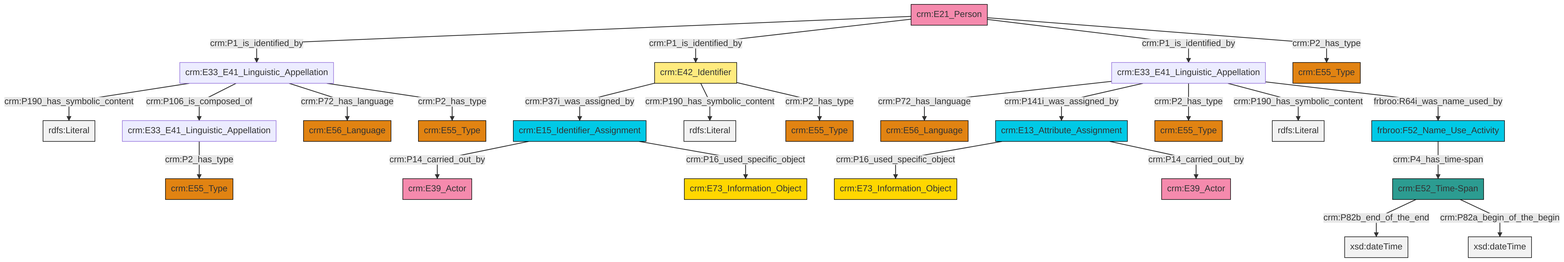
This is et/personCSV/ttl/mmd/png/Person_Names_and_Classification.png from swiss-art-research-net/reference-data-models, a Mermaid export, as it was before one commit. Its source is kept beside it as et/personCSV/ttl/mmd/Person_Names_and_Classification.ttl.mmd.
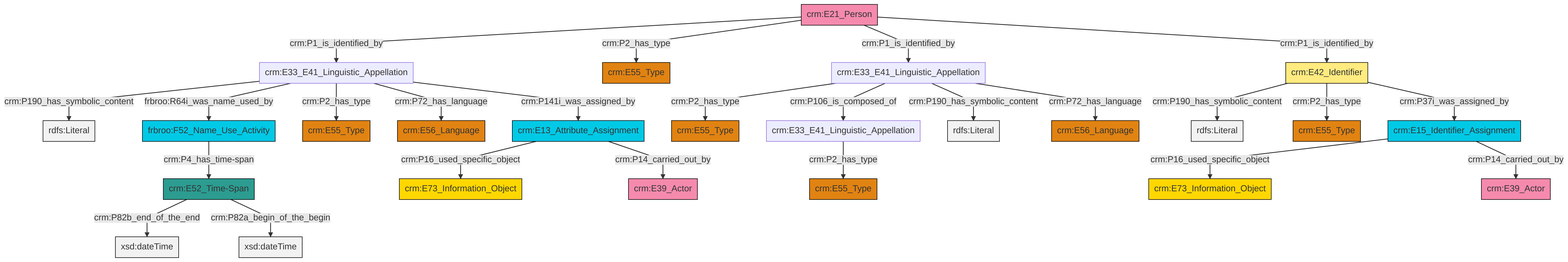
After the commit.

Change to the diagram source:
```diff
@@ -13,27 +13,27 @@
 classDef PC_Classes fill:#4ce600, stroke:#000000;
 classDef Multi fill:#cccccc,stroke:#000000;
 
-0["crm:E13_Attribute_Assignment"]:::Temporal_Entity -->|crm:P16_used_specific_object| 1["crm:E73_Information_Object"]:::Conceptual_Object
-2["crm:E42_Identifier"]:::Appellation -->|crm:P37i_was_assigned_by| 3["crm:E15_Identifier_Assignment"]:::Temporal_Entity
-6["crm:E33_E41_Linguistic_Appellation"]:::Default -->|crm:P72_has_language| 7["crm:E56_Language"]:::Type
-17["frbroo:F52_Name_Use_Activity"]:::Temporal_Entity -->|crm:P4_has_time-span| 15["crm:E52_Time-Span"]:::Time-Span
-15["crm:E52_Time-Span"]:::Time-Span -->|crm:P82b_end_of_the_end| 18[xsd:dateTime]:::Literal
-13["crm:E33_E41_Linguistic_Appellation"]:::Default -->|crm:P190_has_symbolic_content| 19[rdfs:Literal]:::Literal
-13["crm:E33_E41_Linguistic_Appellation"]:::Default -->|crm:P106_is_composed_of| 26["crm:E33_E41_Linguistic_Appellation"]:::Default
-2["crm:E42_Identifier"]:::Appellation -->|crm:P190_has_symbolic_content| 29[rdfs:Literal]:::Literal
-6["crm:E33_E41_Linguistic_Appellation"]:::Default -->|crm:P141i_was_assigned_by| 0["crm:E13_Attribute_Assignment"]:::Temporal_Entity
-6["crm:E33_E41_Linguistic_Appellation"]:::Default -->|crm:P2_has_type| 8["crm:E55_Type"]:::Type
-10["crm:E21_Person"]:::Actor -->|crm:P1_is_identified_by| 13["crm:E33_E41_Linguistic_Appellation"]:::Default
-3["crm:E15_Identifier_Assignment"]:::Temporal_Entity -->|crm:P14_carried_out_by| 35["crm:E39_Actor"]:::Actor
-6["crm:E33_E41_Linguistic_Appellation"]:::Default -->|crm:P190_has_symbolic_content| 38[rdfs:Literal]:::Literal
-13["crm:E33_E41_Linguistic_Appellation"]:::Default -->|crm:P72_has_language| 24["crm:E56_Language"]:::Type
-0["crm:E13_Attribute_Assignment"]:::Temporal_Entity -->|crm:P14_carried_out_by| 27["crm:E39_Actor"]:::Actor
-10["crm:E21_Person"]:::Actor -->|crm:P1_is_identified_by| 2["crm:E42_Identifier"]:::Appellation
-2["crm:E42_Identifier"]:::Appellation -->|crm:P2_has_type| 42["crm:E55_Type"]:::Type
-3["crm:E15_Identifier_Assignment"]:::Temporal_Entity -->|crm:P16_used_specific_object| 4["crm:E73_Information_Object"]:::Conceptual_Object
-15["crm:E52_Time-Span"]:::Time-Span -->|crm:P82a_begin_of_the_begin| 44[xsd:dateTime]:::Literal
-6["crm:E33_E41_Linguistic_Appellation"]:::Default -->|frbroo:R64i_was_name_used_by| 17["frbroo:F52_Name_Use_Activity"]:::Temporal_Entity
-10["crm:E21_Person"]:::Actor -->|crm:P1_is_identified_by| 6["crm:E33_E41_Linguistic_Appellation"]:::Default
-13["crm:E33_E41_Linguistic_Appellation"]:::Default -->|crm:P2_has_type| 39["crm:E55_Type"]:::Type
-10["crm:E21_Person"]:::Actor -->|crm:P2_has_type| 20["crm:E55_Type"]:::Type
-26["crm:E33_E41_Linguistic_Appellation"]:::Default -->|crm:P2_has_type| 22["crm:E55_Type"]:::Type
+4["crm:E33_E41_Linguistic_Appellation"]:::Default -->|crm:P2_has_type| 0["crm:E55_Type"]:::Type
+4["crm:E33_E41_Linguistic_Appellation"]:::Default -->|crm:P106_is_composed_of| 7["crm:E33_E41_Linguistic_Appellation"]:::Default
+4["crm:E33_E41_Linguistic_Appellation"]:::Default -->|crm:P190_has_symbolic_content| 14[rdfs:Literal]:::Literal
+15["crm:E21_Person"]:::Actor -->|crm:P1_is_identified_by| 17["crm:E33_E41_Linguistic_Appellation"]:::Default
+29["crm:E15_Identifier_Assignment"]:::Temporal_Entity -->|crm:P16_used_specific_object| 30["crm:E73_Information_Object"]:::Conceptual_Object
+17["crm:E33_E41_Linguistic_Appellation"]:::Default -->|crm:P190_has_symbolic_content| 31[rdfs:Literal]:::Literal
+7["crm:E33_E41_Linguistic_Appellation"]:::Default -->|crm:P2_has_type| 32["crm:E55_Type"]:::Type
+34["crm:E42_Identifier"]:::Appellation -->|crm:P190_has_symbolic_content| 35[rdfs:Literal]:::Literal
+37["crm:E52_Time-Span"]:::Time-Span -->|crm:P82b_end_of_the_end| 38[xsd:dateTime]:::Literal
+37["crm:E52_Time-Span"]:::Time-Span -->|crm:P82a_begin_of_the_begin| 40[xsd:dateTime]:::Literal
+34["crm:E42_Identifier"]:::Appellation -->|crm:P2_has_type| 8["crm:E55_Type"]:::Type
+27["crm:E13_Attribute_Assignment"]:::Temporal_Entity -->|crm:P16_used_specific_object| 23["crm:E73_Information_Object"]:::Conceptual_Object
+15["crm:E21_Person"]:::Actor -->|crm:P2_has_type| 5["crm:E55_Type"]:::Type
+17["crm:E33_E41_Linguistic_Appellation"]:::Default -->|frbroo:R64i_was_name_used_by| 21["frbroo:F52_Name_Use_Activity"]:::Temporal_Entity
+4["crm:E33_E41_Linguistic_Appellation"]:::Default -->|crm:P72_has_language| 19["crm:E56_Language"]:::Type
+17["crm:E33_E41_Linguistic_Appellation"]:::Default -->|crm:P2_has_type| 12["crm:E55_Type"]:::Type
+29["crm:E15_Identifier_Assignment"]:::Temporal_Entity -->|crm:P14_carried_out_by| 2["crm:E39_Actor"]:::Actor
+15["crm:E21_Person"]:::Actor -->|crm:P1_is_identified_by| 4["crm:E33_E41_Linguistic_Appellation"]:::Default
+34["crm:E42_Identifier"]:::Appellation -->|crm:P37i_was_assigned_by| 29["crm:E15_Identifier_Assignment"]:::Temporal_Entity
+17["crm:E33_E41_Linguistic_Appellation"]:::Default -->|crm:P72_has_language| 25["crm:E56_Language"]:::Type
+27["crm:E13_Attribute_Assignment"]:::Temporal_Entity -->|crm:P14_carried_out_by| 10["crm:E39_Actor"]:::Actor
+15["crm:E21_Person"]:::Actor -->|crm:P1_is_identified_by| 34["crm:E42_Identifier"]:::Appellation
+17["crm:E33_E41_Linguistic_Appellation"]:::Default -->|crm:P141i_was_assigned_by| 27["crm:E13_Attribute_Assignment"]:::Temporal_Entity
+21["frbroo:F52_Name_Use_Activity"]:::Temporal_Entity -->|crm:P4_has_time-span| 37["crm:E52_Time-Span"]:::Time-Span
```
